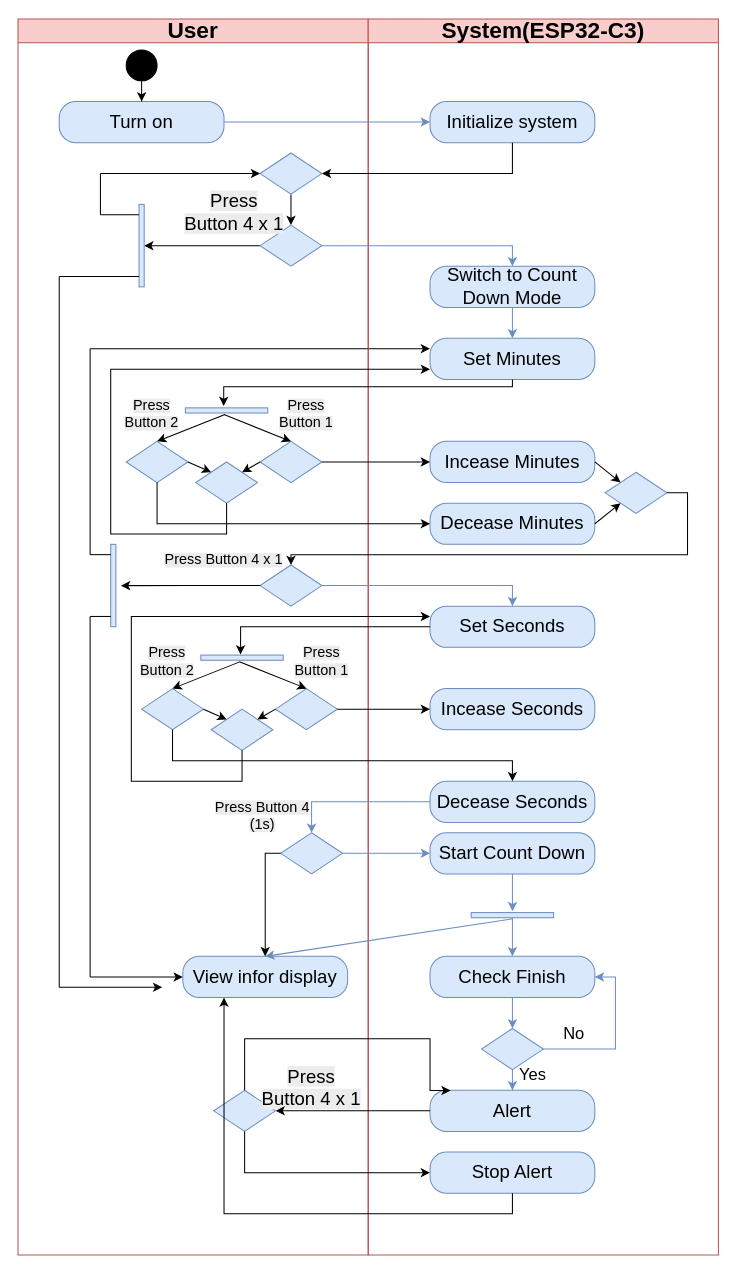
Above: page "Activity Count Down Diagram" (12 of 17) of UML.drawio in 106210049/CK_RTOS (draw.io), before the change. Source tidied: cells renumbered, new cells numbered last; positions are measured from the earlier drawing's top-left corner, leaving out a move shared by most shapes. Both pictures are drawn from the tidied source at 103%, with x=0, y=0 at pixel (18, 19).
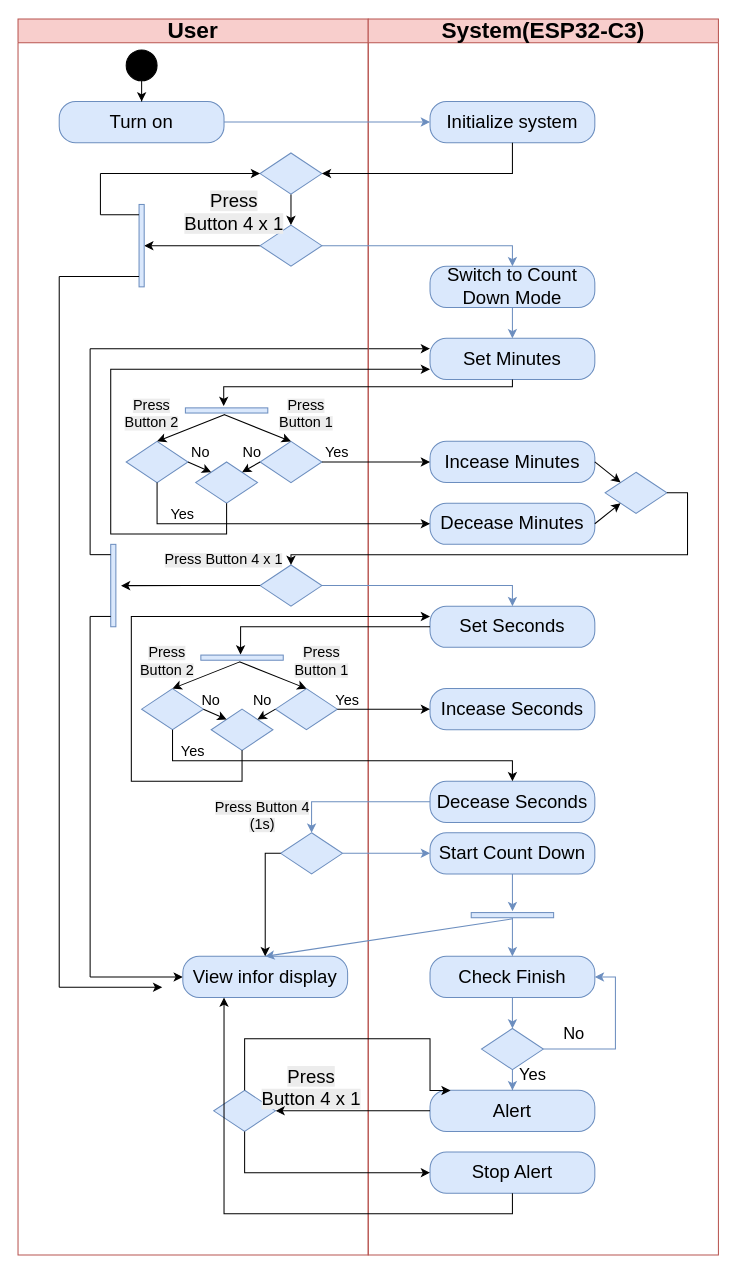
Above is the later version.

The change refers to these unchanged cells:
```xml
<mxCell id="2" value="&lt;font style=&quot;font-size: 22px;&quot;&gt;User&lt;/font&gt;" style="swimlane;whiteSpace=wrap;html=1;fillColor=#f8cecc;strokeColor=#b85450;" parent="1" vertex="1">
  <mxGeometry width="340" height="1200" as="geometry" />
</mxCell>
```

What changed in the source:
```diff
@@
+    <mxCell id="100" value="&lt;font style=&quot;font-size: 14px;&quot;&gt;No&lt;/font&gt;" style="text;strokeColor=none;align=center;fillColor=none;html=1;verticalAlign=middle;whiteSpace=wrap;rounded=0;fontSize=16;" parent="2" vertex="1">
+      <mxGeometry x="170" y="650" width="35" height="20" as="geometry" />
+    </mxCell>
+    <mxCell id="101" value="&lt;font style=&quot;font-size: 14px;&quot;&gt;No&lt;/font&gt;" style="text;strokeColor=none;align=center;fillColor=none;html=1;verticalAlign=middle;whiteSpace=wrap;rounded=0;fontSize=16;" parent="2" vertex="1">
+      <mxGeometry x="220" y="650" width="35" height="20" as="geometry" />
+    </mxCell>
+    <mxCell id="102" value="&lt;font style=&quot;font-size: 14px;&quot;&gt;Yes&lt;/font&gt;" style="text;strokeColor=none;align=center;fillColor=none;html=1;verticalAlign=middle;whiteSpace=wrap;rounded=0;fontSize=16;" parent="2" vertex="1">
+      <mxGeometry x="300" y="650" width="40" height="20" as="geometry" />
+    </mxCell>
+    <mxCell id="103" value="&lt;font style=&quot;font-size: 14px;&quot;&gt;Yes&lt;/font&gt;" style="text;strokeColor=none;align=center;fillColor=none;html=1;verticalAlign=middle;whiteSpace=wrap;rounded=0;fontSize=16;" parent="2" vertex="1">
+      <mxGeometry x="150" y="700" width="40" height="20" as="geometry" />
+    </mxCell>
+    <mxCell id="104" value="&lt;font style=&quot;font-size: 14px;&quot;&gt;No&lt;/font&gt;" style="text;strokeColor=none;align=center;fillColor=none;html=1;verticalAlign=middle;whiteSpace=wrap;rounded=0;fontSize=16;" parent="2" vertex="1">
+      <mxGeometry x="160" y="410" width="35" height="20" as="geometry" />
+    </mxCell>
+    <mxCell id="105" value="&lt;font style=&quot;font-size: 14px;&quot;&gt;No&lt;/font&gt;" style="text;strokeColor=none;align=center;fillColor=none;html=1;verticalAlign=middle;whiteSpace=wrap;rounded=0;fontSize=16;" parent="2" vertex="1">
+      <mxGeometry x="210" y="410" width="35" height="20" as="geometry" />
+    </mxCell>
+    <mxCell id="106" value="&lt;font style=&quot;font-size: 14px;&quot;&gt;Yes&lt;/font&gt;" style="text;strokeColor=none;align=center;fillColor=none;html=1;verticalAlign=middle;whiteSpace=wrap;rounded=0;fontSize=16;" parent="2" vertex="1">
+      <mxGeometry x="290" y="410" width="40" height="20" as="geometry" />
+    </mxCell>
+    <mxCell id="107" value="&lt;font style=&quot;font-size: 14px;&quot;&gt;Yes&lt;/font&gt;" style="text;strokeColor=none;align=center;fillColor=none;html=1;verticalAlign=middle;whiteSpace=wrap;rounded=0;fontSize=16;" parent="2" vertex="1">
+      <mxGeometry x="140" y="470" width="40" height="20" as="geometry" />
+    </mxCell>
```
